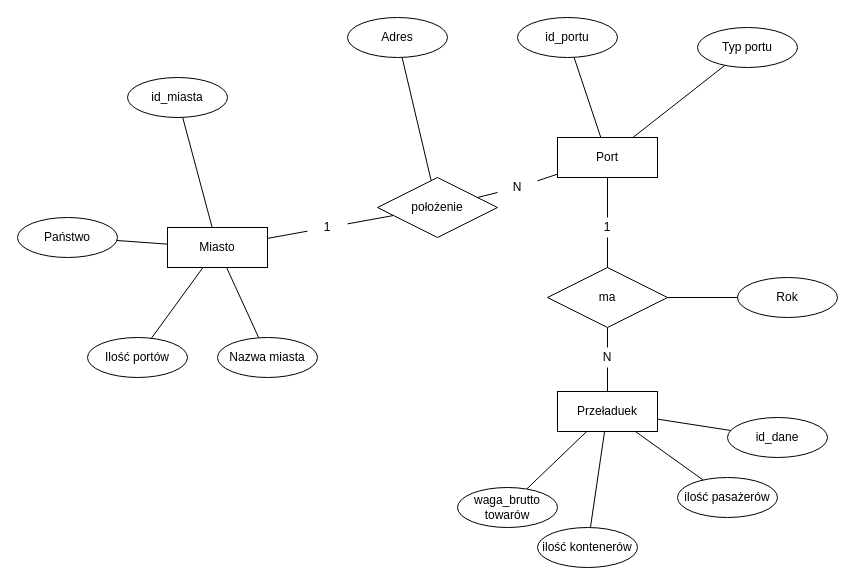
Above: portyv2.drawio in finalkiwii/databases-umbrellas (draw.io), before the change. Source tidied: cells renumbered, new cells numbered last; positions are measured from the earlier drawing's top-left corner, leaving out a move shared by most shapes. Both pictures are drawn from the tidied source at 100%, with x=0, y=0 at pixel (17, 17).
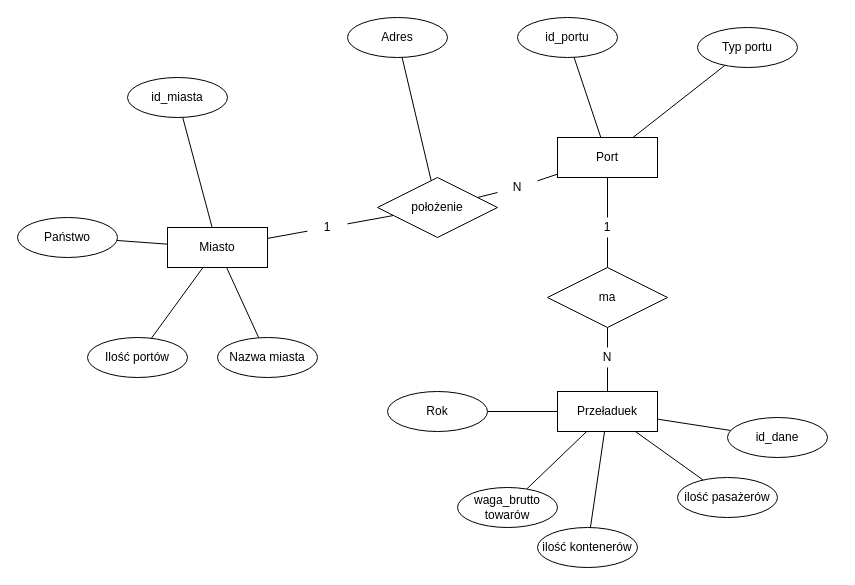
Above is the later version.

Unchanged cells that the change refers to:
```xml
<mxCell id="21" value="Przeładuek" style="whiteSpace=wrap;html=1;align=center;" parent="1" vertex="1">
  <mxGeometry x="540" y="374" width="100" height="40" as="geometry" />
</mxCell>
<mxCell id="28" value="ma" style="shape=rhombus;perimeter=rhombusPerimeter;whiteSpace=wrap;html=1;align=center;" parent="1" vertex="1">
  <mxGeometry x="530" y="250" width="120" height="60" as="geometry" />
</mxCell>
```

Change to the diagram source:
```diff
@@
-    <mxCell id="29" style="edgeStyle=none;rounded=0;jettySize=auto;html=1;endArrow=none;endFill=0;" parent="1" edge="1" source="30" target="28">
+    <mxCell id="29" style="edgeStyle=none;rounded=0;jettySize=auto;html=1;endArrow=none;endFill=0;entryX=0;entryY=0.5;entryDx=0;entryDy=0;" parent="1" edge="1" source="30" target="21">
       <mxGeometry relative="1" as="geometry" />
     </mxCell>
     <mxCell id="30" value="Rok" style="ellipse;whiteSpace=wrap;html=1;align=center;" parent="1" vertex="1">
-      <mxGeometry x="720" y="260" width="100" height="40" as="geometry" />
+      <mxGeometry x="370" y="374" width="100" height="40" as="geometry" />
     </mxCell>
```
